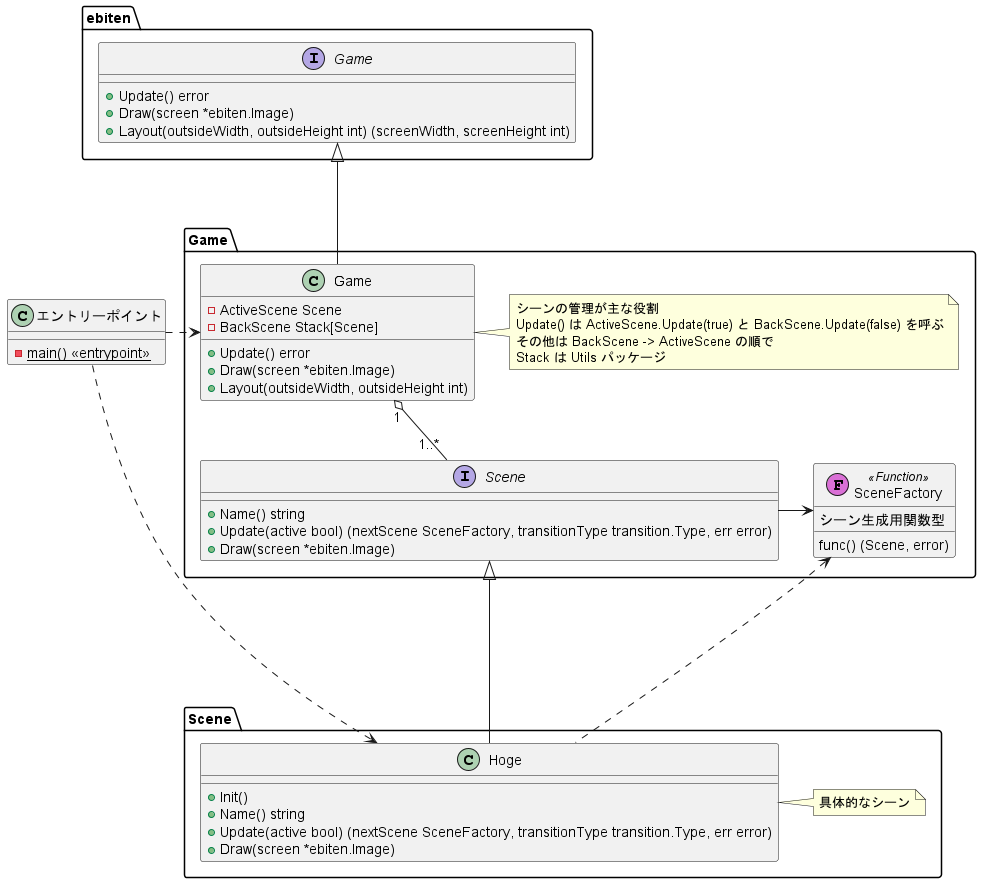
Earlier version of the PlantUML export Docs/game_class_diagram.png (kmc-jp/Gamedev_Tempura-of-p--Phenylazo-phenol).
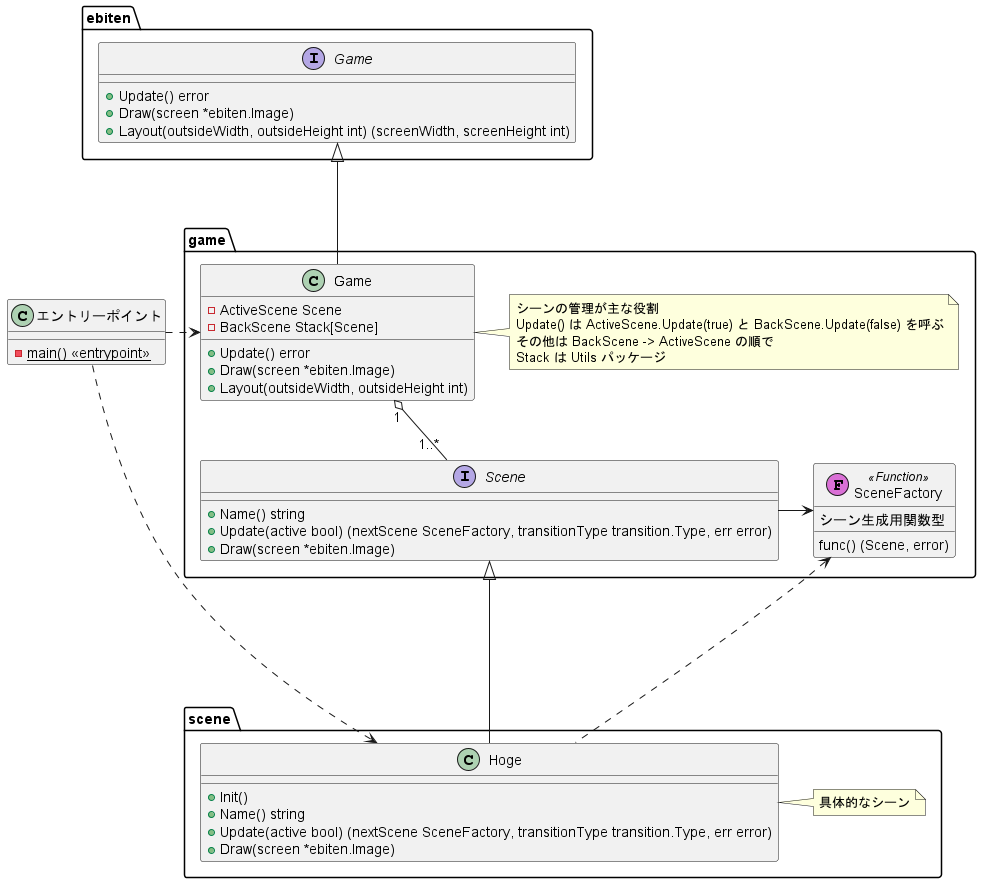
After the commit.

Diff of the diagram source:
```diff
@@ -12,10 +12,10 @@
     - {static} main() <<entrypoint>>
 }
 
-"エントリーポイント" ..right..> Game.Game
-"エントリーポイント" ..right..> Scene.Hoge
+"エントリーポイント" ..right..> game.Game
+"エントリーポイント" ..right..> scene.Hoge
 
-package Game {
+package game {
     class Game {
         - ActiveScene Scene
         - BackScene Stack[Scene]
@@ -42,7 +42,7 @@
     Game "1" o-- "1..*" Scene
 }
 
-package Scene {
+package scene {
     class Hoge {
         + Init()
         + Name() string
@@ -51,8 +51,8 @@
     }
     note right of Hoge : 具体的なシーン
 
-    Hoge -up-|> Game.Scene
-    Hoge ..up..> Game.SceneFactory
+    Hoge -up-|> game.Scene
+    Hoge ..up..> game.SceneFactory
 }
 
 @enduml
```
